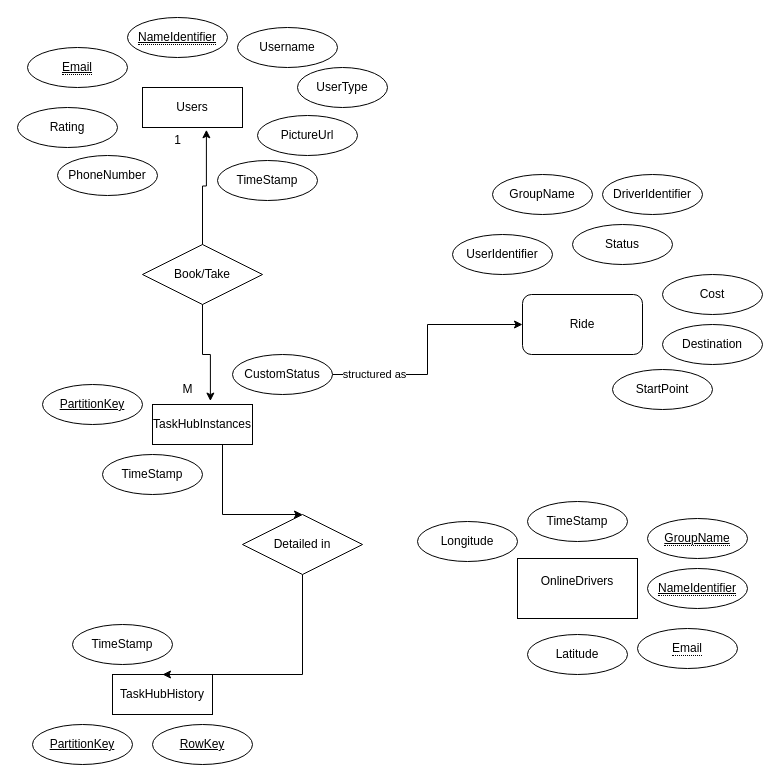
This is page "ER" (3 of 4) of Documentation/Assets/Digrams.drawio from popescumadalin0/fast-ride, a draw.io file, before an edit. Source tidied: cells renumbered, new cells numbered last; positions are measured from the earlier drawing's top-left corner, leaving out a move shared by most shapes. Both pictures are drawn from the tidied source at 100%, with x=0, y=0 at pixel (17, 17).
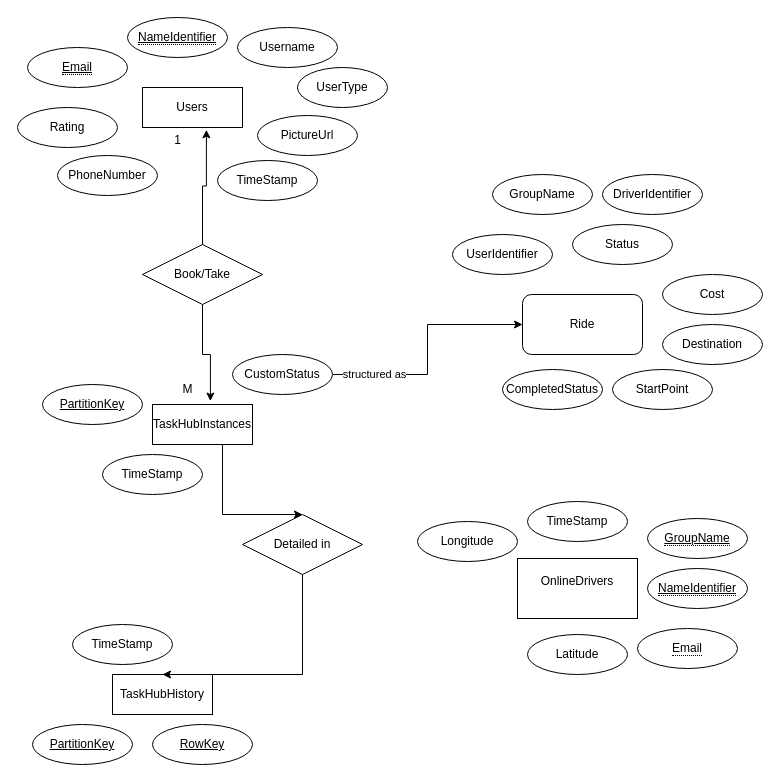
Above is the later version.

Change to the diagram source:
```diff
@@
+    <mxCell id="44" value="CompletedStatus" style="ellipse;whiteSpace=wrap;html=1;align=center;" parent="1" vertex="1">
+      <mxGeometry x="485" y="352" width="100" height="40" as="geometry" />
+    </mxCell>
```
